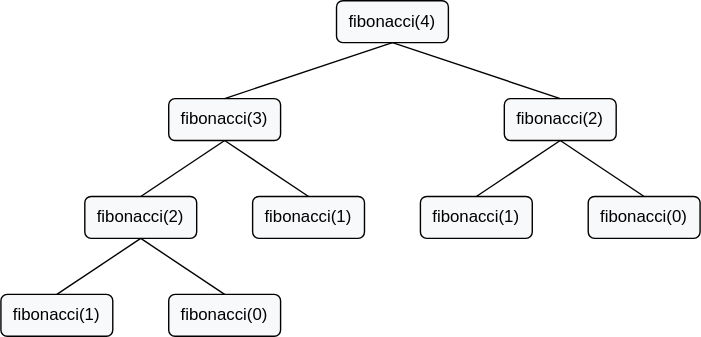
This is public/fibonacci_without_cache.svg from esadek/esadek.github.io, a draw.io export, as it was before one commit. Source tidied: cells renumbered, new cells last; positions are measured from the earlier drawing's top-left corner, leaving out a move shared by most shapes. Its diagram source:
```xml
<mxGraphModel>
  <root>
    <mxCell id="0" />
    <mxCell id="1" parent="0" />
    <mxCell id="2" value="fibonacci(4)" style="rounded=1;whiteSpace=wrap;html=1;fontStyle=0;fillColor=#F8F9FA;fillStyle=solid;" parent="1" vertex="1">
      <mxGeometry x="240" width="80" height="30" as="geometry" />
    </mxCell>
    <mxCell id="3" style="edgeStyle=orthogonalEdgeStyle;rounded=0;orthogonalLoop=1;jettySize=auto;html=1;exitX=0.5;exitY=1;exitDx=0;exitDy=0;fontStyle=0;" parent="1" edge="1" source="2" target="2">
      <mxGeometry relative="1" as="geometry" />
    </mxCell>
    <mxCell id="4" value="fibonacci(&lt;span&gt;3&lt;/span&gt;)" style="rounded=1;whiteSpace=wrap;html=1;fontStyle=0;fillColor=#F8F9FA;fillStyle=solid;" parent="1" vertex="1">
      <mxGeometry x="120" y="70" width="80" height="30" as="geometry" />
    </mxCell>
    <mxCell id="5" value="fibonacci(&lt;span&gt;1&lt;/span&gt;)" style="rounded=1;whiteSpace=wrap;html=1;fontStyle=0;fillColor=#F8F9FA;fillStyle=solid;" parent="1" vertex="1">
      <mxGeometry x="180" y="140" width="80" height="30" as="geometry" />
    </mxCell>
    <mxCell id="6" value="fibonacci(&lt;span&gt;0&lt;/span&gt;)" style="rounded=1;whiteSpace=wrap;html=1;fontStyle=0;fillColor=#F8F9FA;fillStyle=solid;" parent="1" vertex="1">
      <mxGeometry x="420" y="140" width="80" height="30" as="geometry" />
    </mxCell>
    <mxCell id="7" value="fibonacci(&lt;span&gt;2&lt;/span&gt;)" style="rounded=1;whiteSpace=wrap;html=1;fontStyle=0;fillColor=#F8F9FA;fillStyle=solid;" parent="1" vertex="1">
      <mxGeometry x="360" y="70" width="80" height="30" as="geometry" />
    </mxCell>
    <mxCell id="8" value="fibonacci(&lt;span&gt;2&lt;/span&gt;)" style="rounded=1;whiteSpace=wrap;html=1;fontStyle=0;fillColor=#F8F9FA;fillStyle=solid;" parent="1" vertex="1">
      <mxGeometry x="60" y="140" width="80" height="30" as="geometry" />
    </mxCell>
    <mxCell id="9" value="fibonacci(&lt;span&gt;1&lt;/span&gt;)" style="rounded=1;whiteSpace=wrap;html=1;fontStyle=0;fillColor=#F8F9FA;fillStyle=solid;" parent="1" vertex="1">
      <mxGeometry x="300" y="140" width="80" height="30" as="geometry" />
    </mxCell>
    <mxCell id="10" value="fibonacci(&lt;span&gt;0&lt;/span&gt;)" style="rounded=1;whiteSpace=wrap;html=1;fontStyle=0;fillColor=#F8F9FA;fillStyle=solid;" parent="1" vertex="1">
      <mxGeometry x="120" y="210" width="80" height="30" as="geometry" />
    </mxCell>
    <mxCell id="11" value="fibonacci(&lt;span&gt;1&lt;/span&gt;)" style="rounded=1;whiteSpace=wrap;html=1;fontStyle=0;fillColor=#F8F9FA;fillStyle=solid;" parent="1" vertex="1">
      <mxGeometry y="210" width="80" height="30" as="geometry" />
    </mxCell>
    <mxCell id="12" style="endArrow=none;html=1;rounded=0;entryX=0.5;entryY=1;entryDx=0;entryDy=0;exitX=0.5;exitY=0;exitDx=0;exitDy=0;fontStyle=0;" parent="1" edge="1" source="4" target="2">
      <mxGeometry relative="1" as="geometry" />
    </mxCell>
    <mxCell id="13" style="endArrow=none;html=1;rounded=0;exitX=0.5;exitY=1;exitDx=0;exitDy=0;entryX=0.5;entryY=0;entryDx=0;entryDy=0;fontStyle=0;" parent="1" edge="1" source="2" target="7">
      <mxGeometry relative="1" as="geometry" />
    </mxCell>
    <mxCell id="14" style="endArrow=none;html=1;rounded=0;entryX=0.5;entryY=1;entryDx=0;entryDy=0;exitX=0.5;exitY=0;exitDx=0;exitDy=0;fontStyle=0;" parent="1" edge="1" source="8" target="4">
      <mxGeometry relative="1" as="geometry" />
    </mxCell>
    <mxCell id="15" style="endArrow=none;html=1;rounded=0;exitX=0.5;exitY=1;exitDx=0;exitDy=0;entryX=0.5;entryY=0;entryDx=0;entryDy=0;fontStyle=0;" parent="1" edge="1" source="8" target="11">
      <mxGeometry relative="1" as="geometry" />
    </mxCell>
    <mxCell id="16" style="endArrow=none;html=1;rounded=0;entryX=0.5;entryY=1;entryDx=0;entryDy=0;exitX=0.5;exitY=0;exitDx=0;exitDy=0;fontStyle=0;" parent="1" edge="1" source="10" target="8">
      <mxGeometry relative="1" as="geometry" />
    </mxCell>
    <mxCell id="17" style="endArrow=none;html=1;rounded=0;entryX=0.5;entryY=1;entryDx=0;entryDy=0;exitX=0.5;exitY=0;exitDx=0;exitDy=0;fontStyle=0;" parent="1" edge="1" source="9" target="7">
      <mxGeometry relative="1" as="geometry" />
    </mxCell>
    <mxCell id="18" style="endArrow=none;html=1;rounded=0;entryX=0.5;entryY=1;entryDx=0;entryDy=0;exitX=0.5;exitY=0;exitDx=0;exitDy=0;fontStyle=0;" parent="1" edge="1" source="6" target="7">
      <mxGeometry relative="1" as="geometry" />
    </mxCell>
    <mxCell id="19" style="endArrow=none;html=1;rounded=0;entryX=0.5;entryY=1;entryDx=0;entryDy=0;exitX=0.5;exitY=0;exitDx=0;exitDy=0;fontStyle=0;" parent="1" edge="1" source="5" target="4">
      <mxGeometry relative="1" as="geometry" />
    </mxCell>
  </root>
</mxGraphModel>
```
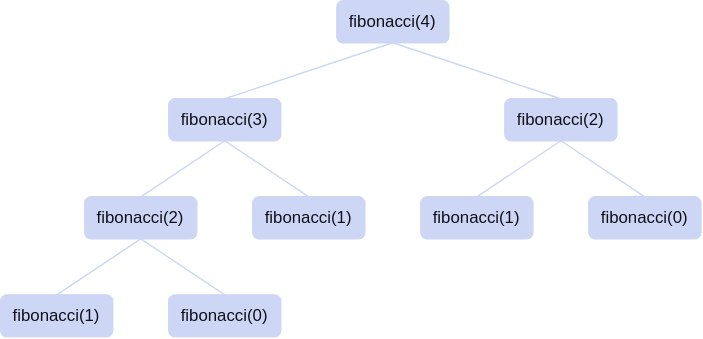
The same diagram one commit later.

Commit message:
Change: fibonacci diagrams

Change to the diagram source:
```diff
@@ -2,59 +2,56 @@
   <root>
     <mxCell id="0" />
     <mxCell id="1" parent="0" />
-    <mxCell id="2" value="fibonacci(4)" style="rounded=1;whiteSpace=wrap;html=1;fontStyle=0;fillColor=#F8F9FA;fillStyle=solid;" parent="1" vertex="1">
+    <mxCell id="2" value="fibonacci(4)" style="rounded=1;whiteSpace=wrap;html=1;strokeColor=#CDD6F4;fontColor=#11111B;fillColor=#CDD6F4;" parent="1" vertex="1">
       <mxGeometry x="240" width="80" height="30" as="geometry" />
     </mxCell>
-    <mxCell id="3" style="edgeStyle=orthogonalEdgeStyle;rounded=0;orthogonalLoop=1;jettySize=auto;html=1;exitX=0.5;exitY=1;exitDx=0;exitDy=0;fontStyle=0;" parent="1" edge="1" source="2" target="2">
-      <mxGeometry relative="1" as="geometry" />
-    </mxCell>
-    <mxCell id="4" value="fibonacci(&lt;span&gt;3&lt;/span&gt;)" style="rounded=1;whiteSpace=wrap;html=1;fontStyle=0;fillColor=#F8F9FA;fillStyle=solid;" parent="1" vertex="1">
-      <mxGeometry x="120" y="70" width="80" height="30" as="geometry" />
-    </mxCell>
-    <mxCell id="5" value="fibonacci(&lt;span&gt;1&lt;/span&gt;)" style="rounded=1;whiteSpace=wrap;html=1;fontStyle=0;fillColor=#F8F9FA;fillStyle=solid;" parent="1" vertex="1">
-      <mxGeometry x="180" y="140" width="80" height="30" as="geometry" />
-    </mxCell>
-    <mxCell id="6" value="fibonacci(&lt;span&gt;0&lt;/span&gt;)" style="rounded=1;whiteSpace=wrap;html=1;fontStyle=0;fillColor=#F8F9FA;fillStyle=solid;" parent="1" vertex="1">
-      <mxGeometry x="420" y="140" width="80" height="30" as="geometry" />
-    </mxCell>
-    <mxCell id="7" value="fibonacci(&lt;span&gt;2&lt;/span&gt;)" style="rounded=1;whiteSpace=wrap;html=1;fontStyle=0;fillColor=#F8F9FA;fillStyle=solid;" parent="1" vertex="1">
-      <mxGeometry x="360" y="70" width="80" height="30" as="geometry" />
-    </mxCell>
-    <mxCell id="8" value="fibonacci(&lt;span&gt;2&lt;/span&gt;)" style="rounded=1;whiteSpace=wrap;html=1;fontStyle=0;fillColor=#F8F9FA;fillStyle=solid;" parent="1" vertex="1">
-      <mxGeometry x="60" y="140" width="80" height="30" as="geometry" />
-    </mxCell>
-    <mxCell id="9" value="fibonacci(&lt;span&gt;1&lt;/span&gt;)" style="rounded=1;whiteSpace=wrap;html=1;fontStyle=0;fillColor=#F8F9FA;fillStyle=solid;" parent="1" vertex="1">
-      <mxGeometry x="300" y="140" width="80" height="30" as="geometry" />
-    </mxCell>
-    <mxCell id="10" value="fibonacci(&lt;span&gt;0&lt;/span&gt;)" style="rounded=1;whiteSpace=wrap;html=1;fontStyle=0;fillColor=#F8F9FA;fillStyle=solid;" parent="1" vertex="1">
-      <mxGeometry x="120" y="210" width="80" height="30" as="geometry" />
-    </mxCell>
-    <mxCell id="11" value="fibonacci(&lt;span&gt;1&lt;/span&gt;)" style="rounded=1;whiteSpace=wrap;html=1;fontStyle=0;fillColor=#F8F9FA;fillStyle=solid;" parent="1" vertex="1">
-      <mxGeometry y="210" width="80" height="30" as="geometry" />
-    </mxCell>
-    <mxCell id="12" style="endArrow=none;html=1;rounded=0;entryX=0.5;entryY=1;entryDx=0;entryDy=0;exitX=0.5;exitY=0;exitDx=0;exitDy=0;fontStyle=0;" parent="1" edge="1" source="4" target="2">
-      <mxGeometry relative="1" as="geometry" />
-    </mxCell>
-    <mxCell id="13" style="endArrow=none;html=1;rounded=0;exitX=0.5;exitY=1;exitDx=0;exitDy=0;entryX=0.5;entryY=0;entryDx=0;entryDy=0;fontStyle=0;" parent="1" edge="1" source="2" target="7">
-      <mxGeometry relative="1" as="geometry" />
-    </mxCell>
-    <mxCell id="14" style="endArrow=none;html=1;rounded=0;entryX=0.5;entryY=1;entryDx=0;entryDy=0;exitX=0.5;exitY=0;exitDx=0;exitDy=0;fontStyle=0;" parent="1" edge="1" source="8" target="4">
-      <mxGeometry relative="1" as="geometry" />
-    </mxCell>
-    <mxCell id="15" style="endArrow=none;html=1;rounded=0;exitX=0.5;exitY=1;exitDx=0;exitDy=0;entryX=0.5;entryY=0;entryDx=0;entryDy=0;fontStyle=0;" parent="1" edge="1" source="8" target="11">
-      <mxGeometry relative="1" as="geometry" />
-    </mxCell>
-    <mxCell id="16" style="endArrow=none;html=1;rounded=0;entryX=0.5;entryY=1;entryDx=0;entryDy=0;exitX=0.5;exitY=0;exitDx=0;exitDy=0;fontStyle=0;" parent="1" edge="1" source="10" target="8">
-      <mxGeometry relative="1" as="geometry" />
-    </mxCell>
-    <mxCell id="17" style="endArrow=none;html=1;rounded=0;entryX=0.5;entryY=1;entryDx=0;entryDy=0;exitX=0.5;exitY=0;exitDx=0;exitDy=0;fontStyle=0;" parent="1" edge="1" source="9" target="7">
-      <mxGeometry relative="1" as="geometry" />
-    </mxCell>
-    <mxCell id="18" style="endArrow=none;html=1;rounded=0;entryX=0.5;entryY=1;entryDx=0;entryDy=0;exitX=0.5;exitY=0;exitDx=0;exitDy=0;fontStyle=0;" parent="1" edge="1" source="6" target="7">
-      <mxGeometry relative="1" as="geometry" />
-    </mxCell>
-    <mxCell id="19" style="endArrow=none;html=1;rounded=0;entryX=0.5;entryY=1;entryDx=0;entryDy=0;exitX=0.5;exitY=0;exitDx=0;exitDy=0;fontStyle=0;" parent="1" edge="1" source="5" target="4">
-      <mxGeometry relative="1" as="geometry" />
-    </mxCell>
+    <mxCell id="20" value="&lt;div&gt;fibonacci(3)&lt;/div&gt;" style="rounded=1;whiteSpace=wrap;html=1;strokeColor=#CDD6F4;fontColor=#11111B;fillColor=#CDD6F4;" parent="1" vertex="1">
+      <mxGeometry x="120" y="70" width="80" height="30" as="geometry" />
+    </mxCell>
+    <mxCell id="21" value="&lt;div&gt;fibonacci(2)&lt;/div&gt;" style="rounded=1;whiteSpace=wrap;html=1;strokeColor=#CDD6F4;fontColor=#11111B;fillColor=#CDD6F4;" parent="1" vertex="1">
+      <mxGeometry x="360" y="70" width="80" height="30" as="geometry" />
+    </mxCell>
+    <mxCell id="22" value="&lt;div&gt;fibonacci(2)&lt;/div&gt;" style="rounded=1;whiteSpace=wrap;html=1;strokeColor=#CDD6F4;fontColor=#11111B;fillColor=#CDD6F4;" parent="1" vertex="1">
+      <mxGeometry x="60" y="140" width="80" height="30" as="geometry" />
+    </mxCell>
+    <mxCell id="23" value="&lt;div&gt;fibonacci(1)&lt;/div&gt;" style="rounded=1;whiteSpace=wrap;html=1;strokeColor=#CDD6F4;fontColor=#11111B;fillColor=#CDD6F4;" parent="1" vertex="1">
+      <mxGeometry x="180" y="140" width="80" height="30" as="geometry" />
+    </mxCell>
+    <mxCell id="24" value="&lt;div&gt;fibonacci(1)&lt;/div&gt;" style="rounded=1;whiteSpace=wrap;html=1;strokeColor=#CDD6F4;fontColor=#11111B;fillColor=#CDD6F4;" parent="1" vertex="1">
+      <mxGeometry x="300" y="140" width="80" height="30" as="geometry" />
+    </mxCell>
+    <mxCell id="25" value="&lt;div&gt;fibonacci(0)&lt;/div&gt;" style="rounded=1;whiteSpace=wrap;html=1;strokeColor=#CDD6F4;fontColor=#11111B;fillColor=#CDD6F4;" parent="1" vertex="1">
+      <mxGeometry x="420" y="140" width="80" height="30" as="geometry" />
+    </mxCell>
+    <mxCell id="26" value="&lt;div&gt;fibonacci(1)&lt;/div&gt;" style="rounded=1;whiteSpace=wrap;html=1;strokeColor=#CDD6F4;fontColor=#11111B;fillColor=#CDD6F4;" parent="1" vertex="1">
+      <mxGeometry y="210" width="80" height="30" as="geometry" />
+    </mxCell>
+    <mxCell id="27" value="&lt;div&gt;fibonacci(0)&lt;/div&gt;" style="rounded=1;whiteSpace=wrap;html=1;strokeColor=#CDD6F4;fontColor=#11111B;fillColor=#CDD6F4;" parent="1" vertex="1">
+      <mxGeometry x="120" y="210" width="80" height="30" as="geometry" />
+    </mxCell>
+    <mxCell id="28" style="endArrow=none;html=1;rounded=0;entryX=0.5;entryY=1;entryDx=0;entryDy=0;exitX=0.5;exitY=0;exitDx=0;exitDy=0;strokeColor=#CDD6F4;strokeWidth=1;fillColor=#f5f5f5;" parent="1" edge="1" source="20" target="2">
+      <mxGeometry relative="1" as="geometry" />
+    </mxCell>
+    <mxCell id="29" style="endArrow=none;html=1;rounded=0;entryX=0.5;entryY=1;entryDx=0;entryDy=0;exitX=0.5;exitY=0;exitDx=0;exitDy=0;strokeColor=#CDD6F4;strokeWidth=1;fillColor=#f5f5f5;" parent="1" edge="1" source="21" target="2">
+      <mxGeometry relative="1" as="geometry" />
+    </mxCell>
+    <mxCell id="30" style="endArrow=none;html=1;rounded=0;entryX=0.5;entryY=1;entryDx=0;entryDy=0;exitX=0.5;exitY=0;exitDx=0;exitDy=0;strokeColor=#CDD6F4;strokeWidth=1;fillColor=#f5f5f5;" parent="1" edge="1" source="22" target="20">
+      <mxGeometry relative="1" as="geometry" />
+    </mxCell>
+    <mxCell id="31" style="endArrow=none;html=1;rounded=0;entryX=0.5;entryY=1;entryDx=0;entryDy=0;exitX=0.5;exitY=0;exitDx=0;exitDy=0;strokeColor=#CDD6F4;strokeWidth=1;fillColor=#f5f5f5;" parent="1" edge="1" source="23" target="20">
+      <mxGeometry relative="1" as="geometry" />
+    </mxCell>
+    <mxCell id="32" style="endArrow=none;html=1;rounded=0;exitX=0.5;exitY=0;exitDx=0;exitDy=0;entryX=0.5;entryY=1;entryDx=0;entryDy=0;strokeColor=#CDD6F4;strokeWidth=1;fillColor=#f5f5f5;" parent="1" edge="1" source="26" target="22">
+      <mxGeometry relative="1" as="geometry" />
+    </mxCell>
+    <mxCell id="33" style="endArrow=none;html=1;rounded=0;entryX=0.5;entryY=1;entryDx=0;entryDy=0;exitX=0.5;exitY=0;exitDx=0;exitDy=0;strokeColor=#CDD6F4;strokeWidth=1;fillColor=#f5f5f5;" parent="1" edge="1" source="27" target="22">
+      <mxGeometry relative="1" as="geometry" />
+    </mxCell>
+    <mxCell id="34" style="endArrow=none;html=1;rounded=0;entryX=0.5;entryY=1;entryDx=0;entryDy=0;exitX=0.5;exitY=0;exitDx=0;exitDy=0;strokeColor=#CDD6F4;strokeWidth=1;fillColor=#f5f5f5;" parent="1" edge="1" source="24" target="21">
+      <mxGeometry relative="1" as="geometry" />
+    </mxCell>
+    <mxCell id="35" style="endArrow=none;html=1;rounded=0;entryX=0.5;entryY=1;entryDx=0;entryDy=0;exitX=0.5;exitY=0;exitDx=0;exitDy=0;strokeColor=#CDD6F4;strokeWidth=1;fillColor=#f5f5f5;" parent="1" edge="1" source="25" target="21">
+      <mxGeometry relative="1" as="geometry" />
+    </mxCell>
   </root>
 </mxGraphModel>
```
